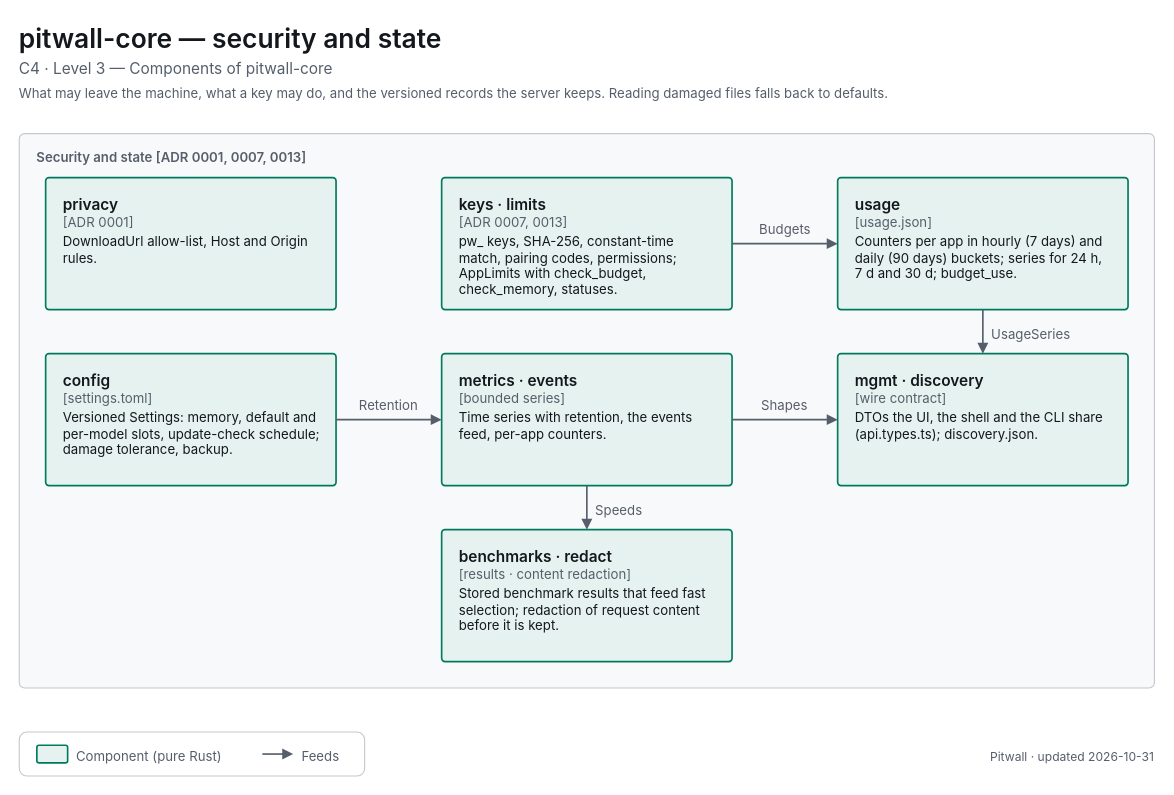
Above: apps/pitwall/docs/diagrams/c4-3-core-state.drawio in decryp7/paddock (draw.io), before the change. Source tidied: cells renumbered, new cells numbered last; positions are measured from the earlier drawing's top-left corner, leaving out a move shared by most shapes. Both pictures are drawn from the tidied source at 110%, with x=0, y=0 at pixel (19, 19).
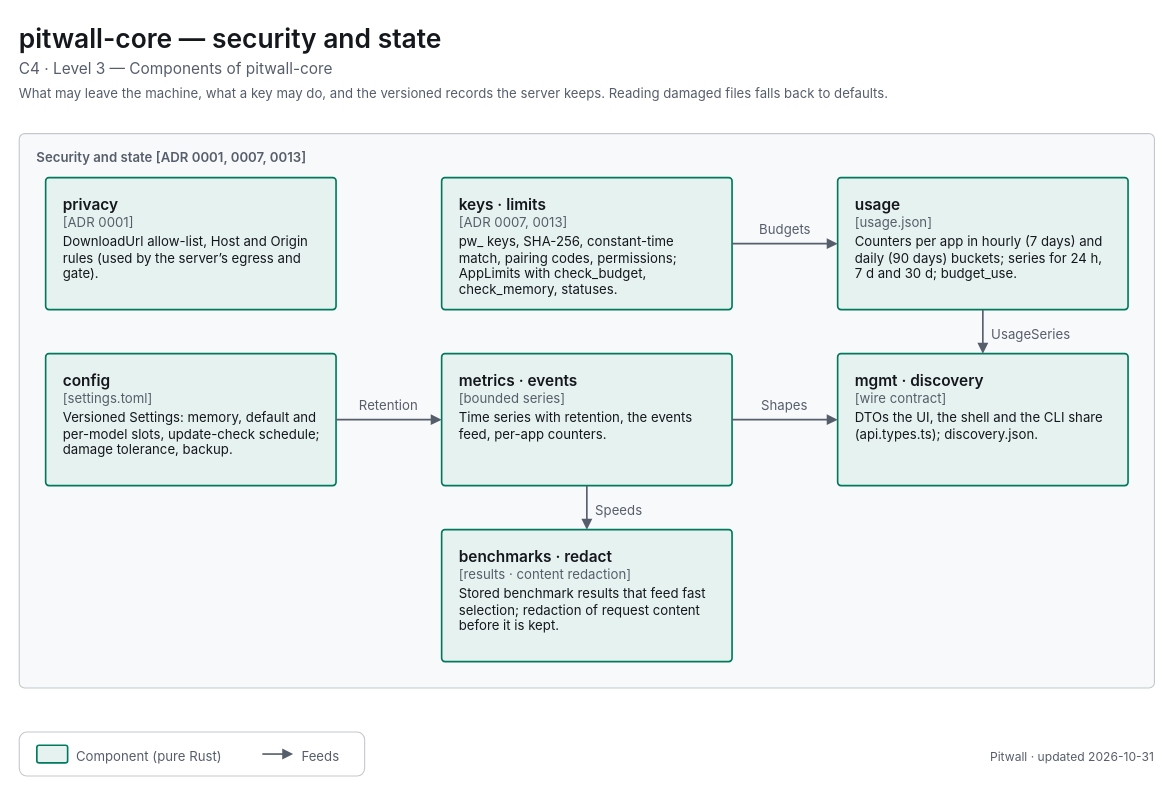
Above is the later version.

Diff of the diagram source:
```diff
@@
-    <mxCell id="6" value="&lt;span style=&quot;font-size:14px;font-weight:600&quot;&gt;privacy&lt;/span&gt;&lt;br&gt;&lt;span style=&quot;font-size:12px;color:light-dark(#565E6B,#A0A7B2)&quot;&gt;[ADR 0001]&lt;/span&gt;&lt;br&gt;&lt;div style=&quot;margin-top:4px;font-size:12px&quot;&gt;DownloadUrl allow-list, Host and Origin rules.&lt;/div&gt;" style="html=1;whiteSpace=wrap;fontFamily=-apple-system,BlinkMacSystemFont,Segoe UI,system-ui,sans-serif;fontSize=12;fontColor=light-dark(#14171C,#ECEEF1);rounded=1;absoluteArcSize=1;arcSize=6;strokeWidth=1.5;strokeColor=light-dark(#007A5E,#2EC4A0);fillColor=light-dark(#E6F2EF,#193330);align=left;verticalAlign=top;spacingLeft=14;spacingRight=14;spacingTop=10;spacingBottom=8;" parent="1" vertex="1">
+    <mxCell id="6" value="&lt;span style=&quot;font-size:14px;font-weight:600&quot;&gt;privacy&lt;/span&gt;&lt;br&gt;&lt;span style=&quot;font-size:12px;color:light-dark(#565E6B,#A0A7B2)&quot;&gt;[ADR 0001]&lt;/span&gt;&lt;br&gt;&lt;div style=&quot;margin-top:4px;font-size:12px&quot;&gt;DownloadUrl allow-list, Host and Origin rules (used by the server’s egress and gate).&lt;/div&gt;" style="html=1;whiteSpace=wrap;fontFamily=-apple-system,BlinkMacSystemFont,Segoe UI,system-ui,sans-serif;fontSize=12;fontColor=light-dark(#14171C,#ECEEF1);rounded=1;absoluteArcSize=1;arcSize=6;strokeWidth=1.5;strokeColor=light-dark(#007A5E,#2EC4A0);fillColor=light-dark(#E6F2EF,#193330);align=left;verticalAlign=top;spacingLeft=14;spacingRight=14;spacingTop=10;spacingBottom=8;" parent="1" vertex="1">
       <mxGeometry x="24" y="144" width="264" height="120" as="geometry" />
     </mxCell>
```
